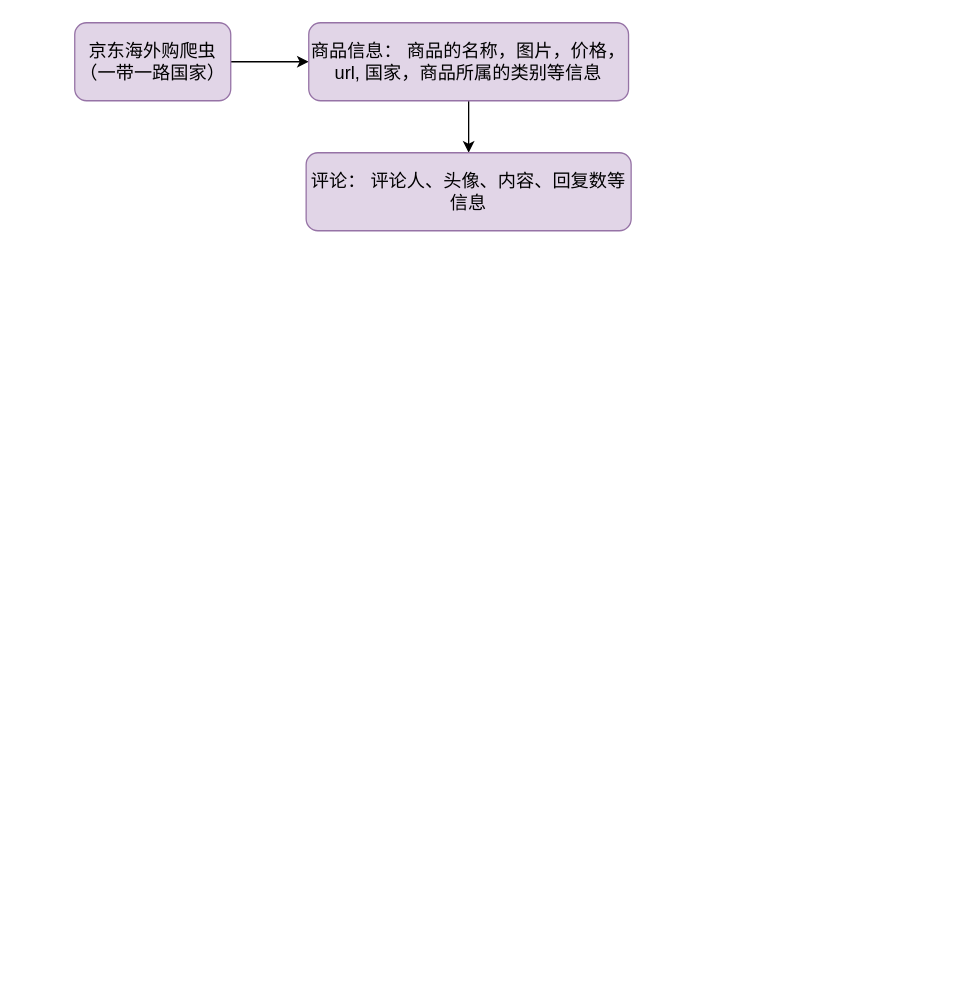
The draw.io diagram FLASK/一带一路大数据.drawio in redcomet88/DRAW, before the edit. Source tidied: cells renumbered, new cells numbered last; positions are measured from the earlier drawing's top-left corner, leaving out a move shared by most shapes. Both pictures are drawn from the tidied source at 130%, with x=0, y=0 at pixel (74, 22).
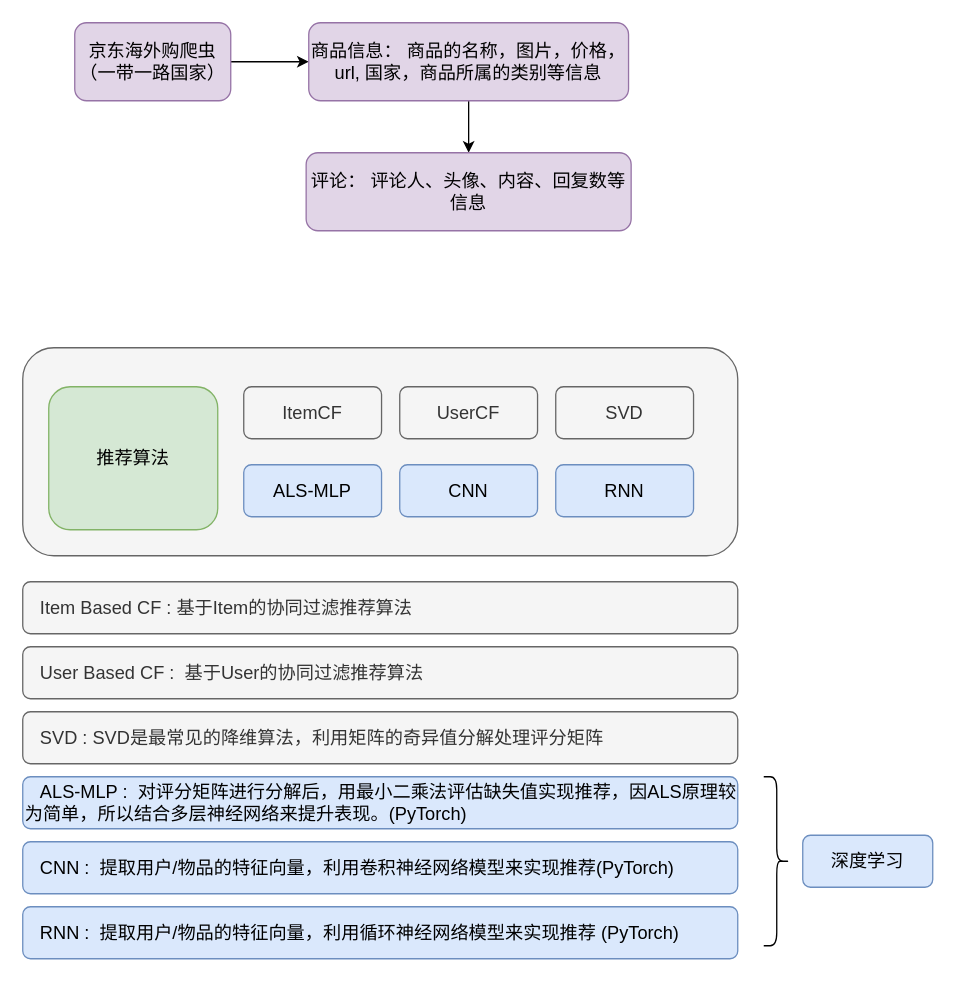
Above is the later version.

Commit message (it also covers changes not shown here):
更新一带一路大数据.drawio

Change to the diagram source:
```diff
@@
+    <mxCell id="7" style="rounded=1;whiteSpace=wrap;html=1;fontSize=14;fillColor=#f5f5f5;strokeColor=#666666;fontColor=#333333;" parent="1" vertex="1">
+      <mxGeometry x="-40" y="250" width="550" height="160" as="geometry" />
+    </mxCell>
+    <mxCell id="8" value="推荐算法" style="rounded=1;whiteSpace=wrap;html=1;fontSize=14;fillColor=#d5e8d4;strokeColor=#82b366;" parent="1" vertex="1">
+      <mxGeometry x="-20" y="280" width="130" height="110" as="geometry" />
+    </mxCell>
+    <mxCell id="9" value="ItemCF" style="rounded=1;whiteSpace=wrap;html=1;fontSize=14;fillColor=#f5f5f5;strokeColor=#666666;fontColor=#333333;" parent="1" vertex="1">
+      <mxGeometry x="130" y="280" width="106" height="40" as="geometry" />
+    </mxCell>
+    <mxCell id="10" value="UserCF" style="rounded=1;whiteSpace=wrap;html=1;fontSize=14;fillColor=#f5f5f5;strokeColor=#666666;fontColor=#333333;" parent="1" vertex="1">
+      <mxGeometry x="250" y="280" width="106" height="40" as="geometry" />
+    </mxCell>
+    <mxCell id="11" value="SVD" style="rounded=1;whiteSpace=wrap;html=1;fontSize=14;fillColor=#f5f5f5;strokeColor=#666666;fontColor=#333333;" parent="1" vertex="1">
+      <mxGeometry x="370" y="280" width="106" height="40" as="geometry" />
+    </mxCell>
+    <mxCell id="12" value="ALS-MLP" style="rounded=1;whiteSpace=wrap;html=1;fontSize=14;fillColor=#dae8fc;strokeColor=#6c8ebf;" parent="1" vertex="1">
+      <mxGeometry x="130" y="340" width="106" height="40" as="geometry" />
+    </mxCell>
+    <mxCell id="13" value="CNN" style="rounded=1;whiteSpace=wrap;html=1;fontSize=14;fillColor=#dae8fc;strokeColor=#6c8ebf;" parent="1" vertex="1">
+      <mxGeometry x="250" y="340" width="106" height="40" as="geometry" />
+    </mxCell>
+    <mxCell id="14" value="RNN" style="rounded=1;whiteSpace=wrap;html=1;fontSize=14;fillColor=#dae8fc;strokeColor=#6c8ebf;" parent="1" vertex="1">
+      <mxGeometry x="370" y="340" width="106" height="40" as="geometry" />
+    </mxCell>
+    <mxCell id="15" value="&amp;nbsp; &amp;nbsp;Item Based CF : 基于Item的协同过滤推荐算法&amp;nbsp;" style="rounded=1;whiteSpace=wrap;html=1;fontSize=14;fillColor=#f5f5f5;strokeColor=#666666;fontColor=#333333;align=left;" parent="1" vertex="1">
+      <mxGeometry x="-40" y="430" width="550" height="40" as="geometry" />
+    </mxCell>
+    <mxCell id="16" value="&amp;nbsp; &amp;nbsp;User Based CF :&amp;nbsp; 基于User的协同过滤推荐算法" style="rounded=1;whiteSpace=wrap;html=1;fontSize=14;fillColor=#f5f5f5;strokeColor=#666666;fontColor=#333333;align=left;" parent="1" vertex="1">
+      <mxGeometry x="-40" y="480" width="550" height="40" as="geometry" />
+    </mxCell>
+    <mxCell id="17" value="&amp;nbsp; &amp;nbsp;SVD : SVD是最常见的降维算法，利用矩阵的奇异值分解处理评分矩阵" style="rounded=1;whiteSpace=wrap;html=1;fontSize=14;fillColor=#f5f5f5;strokeColor=#666666;fontColor=#333333;align=left;" parent="1" vertex="1">
+      <mxGeometry x="-40" y="530" width="550" height="40" as="geometry" />
+    </mxCell>
+    <mxCell id="18" value="&amp;nbsp; &amp;nbsp;ALS-MLP :&amp;nbsp; 对评分矩阵进行分解后，用最小二乘法评估缺失值实现推荐，因ALS原理较为简单，所以结合多层神经网络来提升表现。(PyTorch)" style="rounded=1;whiteSpace=wrap;html=1;fontSize=14;fillColor=#dae8fc;strokeColor=#6c8ebf;align=left;" parent="1" vertex="1">
+      <mxGeometry x="-40" y="580" width="550" height="40" as="geometry" />
+    </mxCell>
+    <mxCell id="19" value="&amp;nbsp; &amp;nbsp;CNN :&amp;nbsp; 提取用户/物品的特征向量，利用卷积神经网络模型来实现推荐(PyTorch)" style="rounded=1;whiteSpace=wrap;html=1;fontSize=14;fillColor=#dae8fc;strokeColor=#6c8ebf;align=left;" parent="1" vertex="1">
+      <mxGeometry x="-40" y="630" width="550" height="40" as="geometry" />
+    </mxCell>
+    <mxCell id="20" value="&amp;nbsp; &amp;nbsp;RNN :&amp;nbsp; 提取用户/物品的特征向量，利用循环神经网络模型来实现推荐 (PyTorch)" style="rounded=1;whiteSpace=wrap;html=1;fontSize=14;fillColor=#dae8fc;strokeColor=#6c8ebf;align=left;" parent="1" vertex="1">
+      <mxGeometry x="-40" y="680" width="550" height="40" as="geometry" />
+    </mxCell>
+    <mxCell id="21" style="shape=curlyBracket;whiteSpace=wrap;html=1;rounded=1;flipH=1;fontSize=14;" parent="1" vertex="1">
+      <mxGeometry x="530" y="580" width="20" height="130" as="geometry" />
+    </mxCell>
+    <mxCell id="22" value="深度学习" style="rounded=1;whiteSpace=wrap;html=1;fontSize=14;fillColor=#dae8fc;strokeColor=#6c8ebf;align=center;" parent="1" vertex="1">
+      <mxGeometry x="560" y="625" width="100" height="40" as="geometry" />
+    </mxCell>
```
